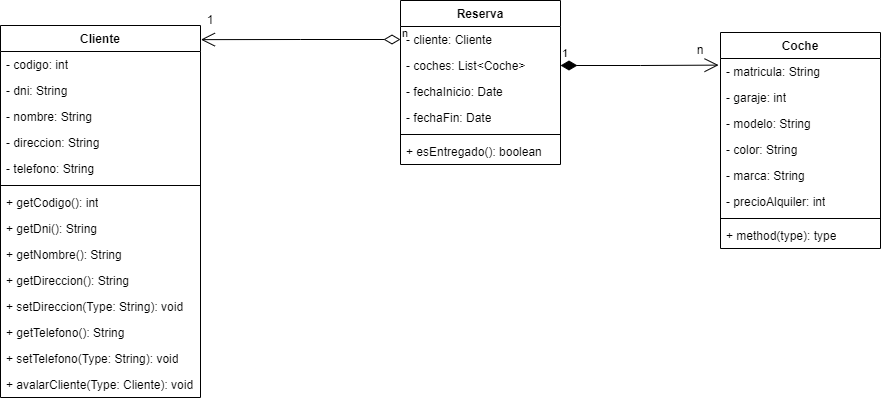
The draw.io diagram unidad-4/Class-Diagram-Maxi/automoviles-maxi.png in mackstm/ets, before a commit. Source tidied: cells renumbered, new cells last; positions are measured from the earlier drawing's top-left corner, leaving out a move shared by most shapes.
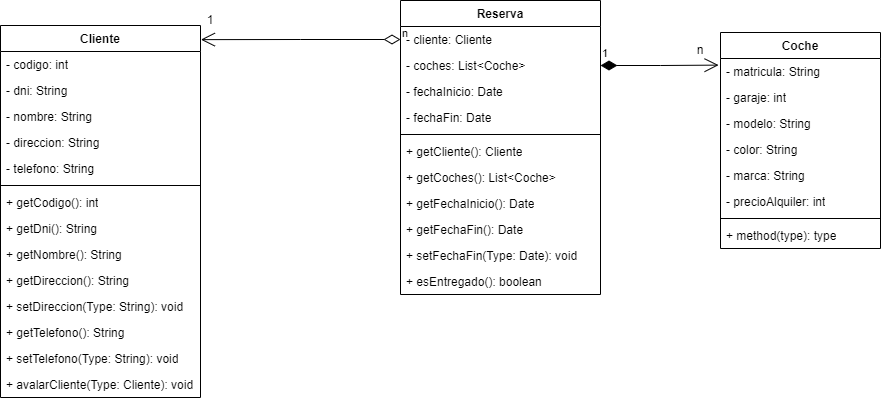
The same file after the commit.

The edit, as a diff of the source:
```diff
@@ -48,25 +48,40 @@
       <mxGeometry y="346" width="200" height="26" as="geometry" />
     </mxCell>
     <mxCell id="17" value="Reserva" style="swimlane;fontStyle=1;align=center;verticalAlign=top;horizontal=1;startSize=26;whiteSpace=wrap;html=1;" parent="1" vertex="1">
-      <mxGeometry x="400" width="160" height="164" as="geometry" />
+      <mxGeometry x="400" width="200" height="294" as="geometry" />
     </mxCell>
     <mxCell id="18" value="- cliente: Cliente" style="text;strokeColor=none;fillColor=none;align=left;verticalAlign=top;spacingLeft=4;spacingRight=4;overflow=hidden;points=[[0,0.5],[1,0.5]];portConstraint=eastwest;whiteSpace=wrap;html=1;" parent="17" vertex="1">
-      <mxGeometry y="26" width="160" height="26" as="geometry" />
+      <mxGeometry y="26" width="200" height="26" as="geometry" />
     </mxCell>
     <mxCell id="19" value="- coches: List&amp;lt;Coche&amp;gt;" style="text;strokeColor=none;fillColor=none;align=left;verticalAlign=top;spacingLeft=4;spacingRight=4;overflow=hidden;points=[[0,0.5],[1,0.5]];portConstraint=eastwest;whiteSpace=wrap;html=1;" parent="17" vertex="1">
-      <mxGeometry y="52" width="160" height="26" as="geometry" />
+      <mxGeometry y="52" width="200" height="26" as="geometry" />
     </mxCell>
     <mxCell id="20" value="- fechaInicio: Date" style="text;strokeColor=none;fillColor=none;align=left;verticalAlign=top;spacingLeft=4;spacingRight=4;overflow=hidden;whiteSpace=wrap;html=1;" parent="17" vertex="1">
-      <mxGeometry y="78" width="160" height="26" as="geometry" />
+      <mxGeometry y="78" width="200" height="26" as="geometry" />
     </mxCell>
     <mxCell id="21" value="- fechaFin: Date" style="text;strokeColor=none;fillColor=none;align=left;verticalAlign=top;spacingLeft=4;spacingRight=4;overflow=hidden;whiteSpace=wrap;html=1;" parent="17" vertex="1">
-      <mxGeometry y="104" width="160" height="26" as="geometry" />
+      <mxGeometry y="104" width="200" height="26" as="geometry" />
     </mxCell>
     <mxCell id="22" style="line;strokeWidth=1;fillColor=none;align=left;verticalAlign=middle;spacingTop=-1;spacingLeft=3;spacingRight=3;labelPosition=right;strokeColor=inherit;" parent="17" vertex="1">
-      <mxGeometry y="130" width="160" height="8" as="geometry" />
+      <mxGeometry y="130" width="200" height="8" as="geometry" />
     </mxCell>
+    <mxCell id="37" value="+ getCliente(): Cliente" style="text;strokeColor=none;fillColor=none;align=left;verticalAlign=top;spacingLeft=4;spacingRight=4;overflow=hidden;whiteSpace=wrap;html=1;" parent="17" vertex="1">
+      <mxGeometry y="138" width="200" height="26" as="geometry" />
+    </mxCell>
+    <mxCell id="38" value="+ getCoches(): List&amp;lt;Coche&amp;gt;" style="text;strokeColor=none;fillColor=none;align=left;verticalAlign=top;spacingLeft=4;spacingRight=4;overflow=hidden;whiteSpace=wrap;html=1;" parent="17" vertex="1">
+      <mxGeometry y="164" width="200" height="26" as="geometry" />
+    </mxCell>
+    <mxCell id="39" value="+ getFechaInicio(): Date" style="text;strokeColor=none;fillColor=none;align=left;verticalAlign=top;spacingLeft=4;spacingRight=4;overflow=hidden;whiteSpace=wrap;html=1;" parent="17" vertex="1">
+      <mxGeometry y="190" width="200" height="26" as="geometry" />
+    </mxCell>
+    <mxCell id="40" value="+ getFechaFin(): Date" style="text;strokeColor=none;fillColor=none;align=left;verticalAlign=top;spacingLeft=4;spacingRight=4;overflow=hidden;whiteSpace=wrap;html=1;" parent="17" vertex="1">
+      <mxGeometry y="216" width="200" height="26" as="geometry" />
+    </mxCell>
+    <mxCell id="41" value="+ setFechaFin(Type: Date): void" style="text;strokeColor=none;fillColor=none;align=left;verticalAlign=top;spacingLeft=4;spacingRight=4;overflow=hidden;whiteSpace=wrap;html=1;" parent="17" vertex="1">
+      <mxGeometry y="242" width="200" height="26" as="geometry" />
+    </mxCell>
     <mxCell id="23" value="+ esEntregado(): boolean" style="text;strokeColor=none;fillColor=none;align=left;verticalAlign=top;spacingLeft=4;spacingRight=4;overflow=hidden;whiteSpace=wrap;html=1;" parent="17" vertex="1">
-      <mxGeometry y="138" width="160" height="26" as="geometry" />
+      <mxGeometry y="268" width="200" height="26" as="geometry" />
     </mxCell>
     <mxCell id="24" value="Coche" style="swimlane;fontStyle=1;align=center;verticalAlign=top;horizontal=1;startSize=26;whiteSpace=wrap;html=1;" parent="1" vertex="1">
       <mxGeometry x="720" y="32" width="160" height="216" as="geometry" />
```
